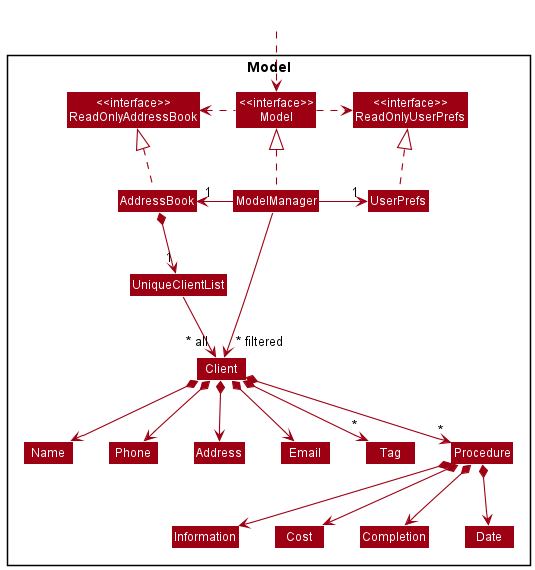
This is docs/images/ModelClassDiagram.png from robinrojh/tp, a PlantUML export, as it was before one commit. The source it was exported from:
```plantuml
@startuml
!include style.puml
skinparam arrowThickness 1.1
skinparam arrowColor MODEL_COLOR
skinparam classBackgroundColor MODEL_COLOR

Package Model <<Rectangle>>{
Class "<<interface>>\nReadOnlyAddressBook" as ReadOnlyAddressBook
Class "<<interface>>\nReadOnlyUserPrefs" as ReadOnlyUserPrefs
Class "<<interface>>\nModel" as Model
Class AddressBook
Class ModelManager
Class UserPrefs

Class UniqueClientList
Class Client
Class Address
Class Email
Class Name
Class Phone
Class Tag
Class Procedure
class Information
class Cost
class Completion
class Date
}

Class HiddenOutside #FFFFFF
HiddenOutside ..> Model

AddressBook .up.|> ReadOnlyAddressBook

ModelManager .up.|> Model
Model .right.> ReadOnlyUserPrefs
Model .left.> ReadOnlyAddressBook
ModelManager -left-> "1" AddressBook
ModelManager -right-> "1" UserPrefs
UserPrefs .up.|> ReadOnlyUserPrefs

AddressBook *--> "1" UniqueClientList
UniqueClientList --> "~* all" Client
Client *--> Name
Client *--> Phone
Client *--> Email
Client *--> Address
Client *--> "*" Tag
Client *--> "*" Procedure

Procedure *--> Information
Procedure *--> Cost
Procedure *--> Date
Procedure *--> Completion

Name -[hidden]right-> Phone
Phone -[hidden]right-> Address
Address -[hidden]right-> Email

ModelManager -->"~* filtered" Client
@enduml
```
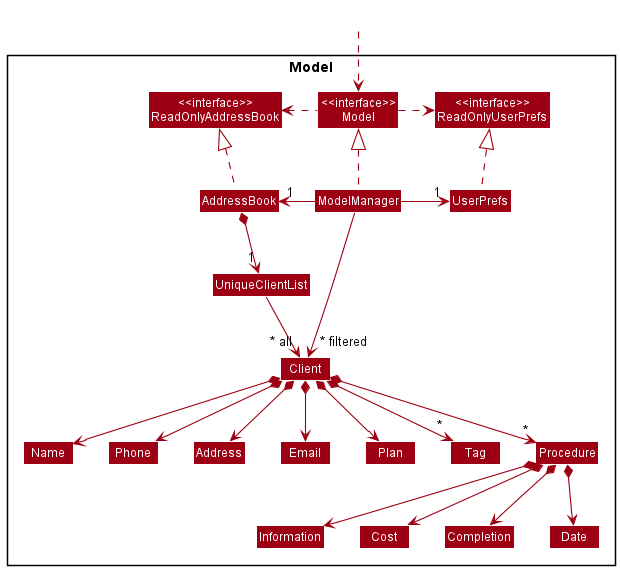
Above is the later version.

The edit, as a diff of the source:
```diff
@@ -15,6 +15,7 @@
 Class UniqueClientList
 Class Client
 Class Address
+Class Plan
 Class Email
 Class Name
 Class Phone
@@ -43,6 +44,7 @@
 Client *--> Name
 Client *--> Phone
 Client *--> Email
+Client *--> Plan
 Client *--> Address
 Client *--> "*" Tag
 Client *--> "*" Procedure
```
